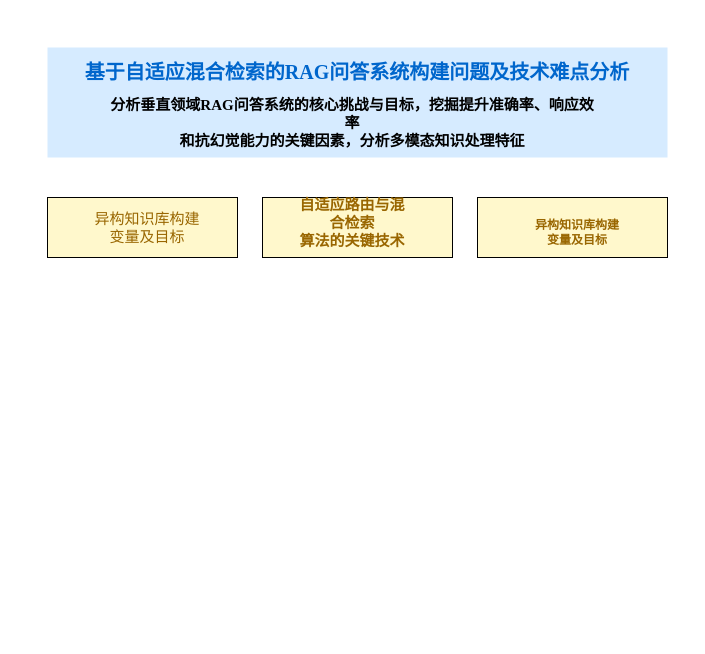
Before: 研究内容框架图.drawio in zhuwei290/HTML-, a draw.io diagram. Source tidied: cells renumbered, new cells numbered last; positions are measured from the earlier drawing's top-left corner, leaving out a move shared by most shapes. Both pictures are drawn from the tidied source at 100%, with x=0, y=0 at pixel (47, 47).
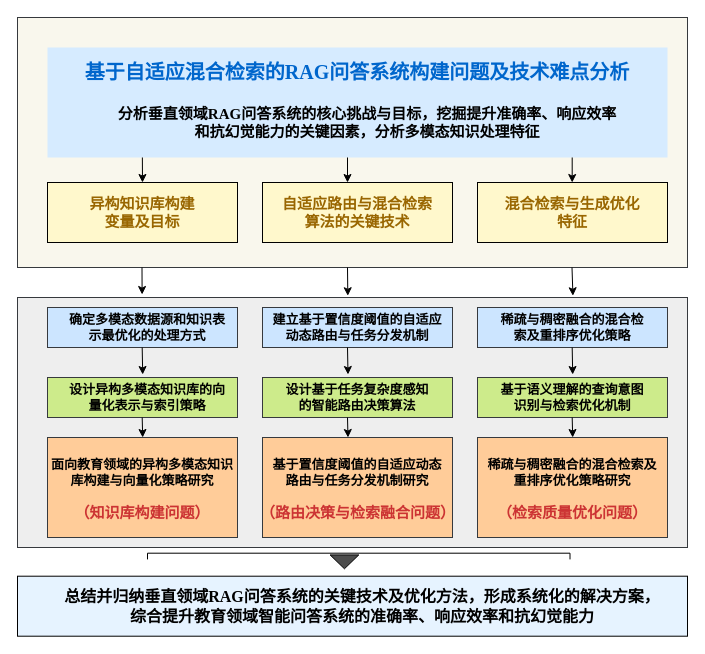
After the change.

Commit message (it also covers changes not shown here):
更新研究内容框架图.drawio

The change refers to these unchanged cells:
```xml
<mxCell id="2" style="rounded=0;whiteSpace=wrap;html=1;fontFamily=Times New Roman;fontColor=#0066CC;fillColor=#D6EBFF;gradientColor=none;gradientDirection=south;fillStyle=auto;strokeColor=none;" parent="1" vertex="1">
  <mxGeometry width="620" height="110" as="geometry" />
</mxCell>
```

What changed in the source:
```diff
@@
+    <mxCell id="11" style="shape=partialRectangle;whiteSpace=wrap;html=1;bottom=1;right=1;left=1;top=0;fillColor=none;routingCenterX=-0.5;rotation=-180;" parent="1" vertex="1">
+      <mxGeometry x="100" y="505.7" width="422.5" height="5.7" as="geometry" />
+    </mxCell>
+    <mxCell id="12" style="whiteSpace=wrap;html=1;fillColor=#f9f7ed;strokeColor=#36393d;" parent="1" vertex="1">
+      <mxGeometry x="-30" y="-30" width="670" height="250" as="geometry" />
+    </mxCell>
@@
-    <mxCell id="3" value="&lt;h2&gt;&lt;b style=&quot;&quot;&gt;&lt;font style=&quot;color: rgb(0, 102, 204); font-size: 20px;&quot;&gt;&lt;font face=&quot;黑体&quot; style=&quot;&quot;&gt;基于自适应混合检索的&lt;/font&gt;RAG&lt;font face=&quot;黑体&quot; style=&quot;&quot;&gt;问答系统构建问题及技术难点分析&lt;/font&gt;&lt;/font&gt;&lt;/b&gt;&lt;/h2&gt;" style="text;html=1;whiteSpace=wrap;strokeColor=none;fillColor=none;align=center;verticalAlign=middle;rounded=0;fontFamily=Times New Roman;" parent="1" vertex="1">
+    <mxCell id="3" value="&lt;h2&gt;&lt;b style=&quot;&quot;&gt;&lt;font style=&quot;color: rgb(0, 102, 204); font-size: 20px;&quot; face=&quot;黑体&quot;&gt;基于自适应混合检索的&lt;/font&gt;&lt;font style=&quot;color: rgb(0, 102, 204); font-size: 20px;&quot; face=&quot;Times New Roman&quot;&gt;RAG&lt;/font&gt;&lt;font style=&quot;color: rgb(0, 102, 204); font-size: 20px;&quot; face=&quot;黑体&quot;&gt;问答系统构建问题及技术难点分析&lt;/font&gt;&lt;/b&gt;&lt;/h2&gt;" style="text;html=1;whiteSpace=wrap;strokeColor=none;fillColor=none;align=center;verticalAlign=middle;rounded=0;fontFamily=Times New Roman;" parent="1" vertex="1">
       <mxGeometry x="30" y="10" width="560" height="30" as="geometry" />
     </mxCell>
-    <mxCell id="4" value="&lt;div&gt;&lt;font style=&quot;font-size: 15px;&quot; face=&quot;Garamond&quot;&gt;&lt;b style=&quot;&quot;&gt;分析垂直领域RAG问答系统的核心挑战与目标，挖掘提升准确率、响应效率&lt;/b&gt;&lt;/font&gt;&lt;/div&gt;&lt;div&gt;&lt;font style=&quot;font-size: 15px;&quot; face=&quot;Garamond&quot;&gt;&lt;b style=&quot;&quot;&gt;和抗幻觉能力的关键因素，分析多模态知识处理特征&lt;/b&gt;&lt;/font&gt;&lt;/div&gt;" style="text;html=1;whiteSpace=wrap;strokeColor=none;fillColor=none;align=center;verticalAlign=middle;rounded=0;fontFamily=Times New Roman;" parent="1" vertex="1">
-      <mxGeometry x="60" y="60" width="490" height="30" as="geometry" />
+    <mxCell id="4" value="&lt;b style=&quot;background-color: transparent; color: light-dark(rgb(0, 0, 0), rgb(255, 255, 255));&quot;&gt;&lt;font style=&quot;font-size: 15px;&quot; face=&quot;宋体&quot;&gt;分析垂直领域&lt;/font&gt;&lt;font style=&quot;font-size: 15px;&quot;&gt;RAG&lt;/font&gt;&lt;font style=&quot;font-size: 15px;&quot; face=&quot;宋体&quot;&gt;问答系统的核心挑战与目标，挖掘提升准确率、响应效率&lt;/font&gt;&lt;/b&gt;&lt;br&gt;&lt;div&gt;&lt;font style=&quot;font-size: 15px;&quot; face=&quot;宋体&quot;&gt;&lt;b&gt;和抗幻觉能力的关键因素，分析多模态知识处理特征&lt;/b&gt;&lt;/font&gt;&lt;/div&gt;" style="text;html=1;whiteSpace=wrap;strokeColor=none;fillColor=none;align=center;verticalAlign=middle;rounded=0;fontFamily=Times New Roman;" parent="1" vertex="1">
+      <mxGeometry x="60" y="60" width="520" height="30" as="geometry" />
     </mxCell>
     <mxCell id="5" style="rounded=0;whiteSpace=wrap;html=1;fontFamily=Times New Roman;fillColor=#FFF8CC;" parent="1" vertex="1">
-      <mxGeometry y="150" width="190" height="60" as="geometry" />
+      <mxGeometry y="135" width="190" height="60" as="geometry" />
     </mxCell>
     <mxCell id="6" style="rounded=0;whiteSpace=wrap;html=1;fontFamily=Times New Roman;fillColor=#FFF8CC;" parent="1" vertex="1">
-      <mxGeometry x="215" y="150" width="190" height="60" as="geometry" />
+      <mxGeometry x="215" y="135" width="190" height="60" as="geometry" />
     </mxCell>
     <mxCell id="7" style="rounded=0;whiteSpace=wrap;html=1;fontFamily=Times New Roman;fillColor=#FFF8CC;" parent="1" vertex="1">
-      <mxGeometry x="430" y="150" width="190" height="60" as="geometry" />
+      <mxGeometry x="430" y="135" width="190" height="60" as="geometry" />
     </mxCell>
-    <mxCell id="8" value="&lt;div&gt;&lt;font style=&quot;color: rgb(153, 102, 0); font-size: 15px;&quot; face=&quot;宋体&quot;&gt;异构知识库构建&lt;/font&gt;&lt;/div&gt;&lt;div&gt;&lt;font style=&quot;color: rgb(153, 102, 0); font-size: 15px;&quot; face=&quot;宋体&quot;&gt;变量及目标&lt;/font&gt;&lt;/div&gt;" style="text;html=1;whiteSpace=wrap;strokeColor=none;fillColor=none;align=center;verticalAlign=middle;rounded=0;fontFamily=Times New Roman;" parent="1" vertex="1">
-      <mxGeometry x="40" y="165" width="120" height="30" as="geometry" />
+    <mxCell id="8" value="&lt;div&gt;&lt;font color=&quot;#996600&quot; face=&quot;宋体&quot;&gt;&lt;span style=&quot;font-size: 15px;&quot;&gt;&lt;b&gt;异构知识库构建&lt;/b&gt;&lt;/span&gt;&lt;/font&gt;&lt;/div&gt;&lt;div&gt;&lt;font color=&quot;#996600&quot; face=&quot;宋体&quot;&gt;&lt;span style=&quot;font-size: 15px;&quot;&gt;&lt;b&gt;变量及目标&lt;/b&gt;&lt;/span&gt;&lt;/font&gt;&lt;/div&gt;" style="text;html=1;whiteSpace=wrap;strokeColor=none;fillColor=none;align=center;verticalAlign=middle;rounded=0;fontFamily=Times New Roman;" parent="1" vertex="1">
+      <mxGeometry x="35" y="150" width="120" height="30" as="geometry" />
     </mxCell>
+    <mxCell id="10" value="&lt;font color=&quot;#996600&quot; face=&quot;宋体&quot; style=&quot;font-size: 15px;&quot;&gt;&lt;b style=&quot;&quot;&gt;混合检索与生成优化特征&lt;/b&gt;&lt;/font&gt;" style="text;html=1;whiteSpace=wrap;strokeColor=none;fillColor=none;align=center;verticalAlign=middle;rounded=0;fontFamily=Times New Roman;" parent="1" vertex="1">
+      <mxGeometry x="450" y="150" width="150" height="30" as="geometry" />
+    </mxCell>
-    <mxCell id="9" value="&lt;div&gt;&lt;font color=&quot;#996600&quot; face=&quot;黑体&quot; style=&quot;font-size: 15px;&quot;&gt;&lt;b style=&quot;&quot;&gt;自适应路由与混合检索&lt;/b&gt;&lt;/font&gt;&lt;/div&gt;&lt;div&gt;&lt;font color=&quot;#996600&quot; face=&quot;黑体&quot; style=&quot;font-size: 15px;&quot;&gt;&lt;b style=&quot;&quot;&gt;算法的关键技术&lt;/b&gt;&lt;/font&gt;&lt;/div&gt;" style="text;html=1;whiteSpace=wrap;strokeColor=none;fillColor=none;align=center;verticalAlign=middle;rounded=0;fontFamily=Times New Roman;" parent="1" vertex="1">
-      <mxGeometry x="245" y="160" width="120" height="30" as="geometry" />
+    <mxCell id="9" value="&lt;div&gt;&lt;font color=&quot;#996600&quot; face=&quot;宋体&quot;&gt;&lt;span style=&quot;font-size: 15px;&quot;&gt;&lt;b&gt;自适应路由与混合检索&lt;/b&gt;&lt;/span&gt;&lt;/font&gt;&lt;/div&gt;&lt;div&gt;&lt;font color=&quot;#996600&quot; face=&quot;宋体&quot;&gt;&lt;span style=&quot;font-size: 15px;&quot;&gt;&lt;b&gt;算法的关键技术&lt;/b&gt;&lt;/span&gt;&lt;/font&gt;&lt;/div&gt;" style="text;html=1;whiteSpace=wrap;strokeColor=none;fillColor=none;align=center;verticalAlign=middle;rounded=0;" parent="1" vertex="1">
+      <mxGeometry x="230" y="150" width="160" height="30" as="geometry" />
     </mxCell>
-    <mxCell id="10" value="&lt;div&gt;&lt;font face=&quot;黑体&quot; style=&quot;color: rgb(153, 102, 0);&quot;&gt;&lt;b&gt;异构知识库构建&lt;/b&gt;&lt;/font&gt;&lt;/div&gt;&lt;div&gt;&lt;font face=&quot;黑体&quot; style=&quot;color: rgb(153, 102, 0);&quot;&gt;&lt;b&gt;变量及目标&lt;/b&gt;&lt;/font&gt;&lt;/div&gt;" style="text;html=1;whiteSpace=wrap;strokeColor=none;fillColor=none;align=center;verticalAlign=middle;rounded=0;fontFamily=Times New Roman;" parent="1" vertex="1">
-      <mxGeometry x="470" y="170" width="120" height="30" as="geometry" />
-    </mxCell>
+    <mxCell id="13" style="endArrow=classic;html=1;rounded=0;exitX=0.153;exitY=1;exitDx=0;exitDy=0;exitPerimeter=0;entryX=0.5;entryY=0;entryDx=0;entryDy=0;" parent="1" edge="1" source="2" target="5">
+      <mxGeometry relative="1" as="geometry" />
+    </mxCell>
+    <mxCell id="14" style="endArrow=classic;html=1;rounded=0;exitX=0.153;exitY=1;exitDx=0;exitDy=0;exitPerimeter=0;entryX=0.5;entryY=0;entryDx=0;entryDy=0;" parent="1" edge="1">
+      <mxGeometry relative="1" as="geometry">
+        <mxPoint x="300" y="110" as="sourcePoint" />
+        <mxPoint x="300" y="135" as="targetPoint" />
+      </mxGeometry>
+    </mxCell>
+    <mxCell id="15" style="endArrow=classic;html=1;rounded=0;exitX=0.153;exitY=1;exitDx=0;exitDy=0;exitPerimeter=0;entryX=0.5;entryY=0;entryDx=0;entryDy=0;" parent="1" edge="1">
+      <mxGeometry relative="1" as="geometry">
+        <mxPoint x="524.7" y="110" as="sourcePoint" />
+        <mxPoint x="524.7" y="135" as="targetPoint" />
+      </mxGeometry>
+    </mxCell>
+    <mxCell id="16" style="endArrow=classic;html=1;rounded=0;exitX=0.153;exitY=1;exitDx=0;exitDy=0;exitPerimeter=0;entryX=0.186;entryY=-0.012;entryDx=0;entryDy=0;entryPerimeter=0;" parent="1" edge="1" target="19">
+      <mxGeometry relative="1" as="geometry">
+        <mxPoint x="94.5" y="220" as="sourcePoint" />
+      </mxGeometry>
+    </mxCell>
+    <mxCell id="17" style="endArrow=classic;html=1;rounded=0;exitX=0.153;exitY=1;exitDx=0;exitDy=0;exitPerimeter=0;entryX=0.493;entryY=-0.007;entryDx=0;entryDy=0;entryPerimeter=0;" parent="1" edge="1" target="19">
+      <mxGeometry relative="1" as="geometry">
+        <mxPoint x="300" y="220" as="sourcePoint" />
+      </mxGeometry>
+    </mxCell>
+    <mxCell id="18" style="endArrow=classic;html=1;rounded=0;exitX=0.153;exitY=1;exitDx=0;exitDy=0;exitPerimeter=0;entryX=0.829;entryY=-0.007;entryDx=0;entryDy=0;entryPerimeter=0;" parent="1" edge="1" target="19">
+      <mxGeometry relative="1" as="geometry">
+        <mxPoint x="524.5" y="220" as="sourcePoint" />
+      </mxGeometry>
+    </mxCell>
+    <mxCell id="19" style="whiteSpace=wrap;html=1;fillColor=#eeeeee;strokeColor=#36393d;" parent="1" vertex="1">
+      <mxGeometry x="-30" y="250" width="670" height="250" as="geometry" />
+    </mxCell>
+    <mxCell id="20" style="rounded=0;whiteSpace=wrap;html=1;fontFamily=Times New Roman;fillColor=#cce5ff;strokeColor=#36393d;" parent="1" vertex="1">
+      <mxGeometry y="260" width="190" height="40" as="geometry" />
+    </mxCell>
+    <mxCell id="21" style="rounded=0;whiteSpace=wrap;html=1;fontFamily=Times New Roman;fillColor=#cce5ff;strokeColor=#36393d;" parent="1" vertex="1">
+      <mxGeometry x="215" y="260" width="190" height="40" as="geometry" />
+    </mxCell>
+    <mxCell id="22" style="rounded=0;whiteSpace=wrap;html=1;fontFamily=Times New Roman;fillColor=#cce5ff;strokeColor=#36393d;" parent="1" vertex="1">
+      <mxGeometry x="430" y="260" width="190" height="40" as="geometry" />
+    </mxCell>
+    <mxCell id="23" style="rounded=0;whiteSpace=wrap;html=1;fontFamily=Times New Roman;fillColor=#cdeb8b;strokeColor=#36393d;" parent="1" vertex="1">
+      <mxGeometry y="330" width="190" height="40" as="geometry" />
+    </mxCell>
+    <mxCell id="24" style="endArrow=classic;html=1;rounded=0;exitX=0.153;exitY=1;exitDx=0;exitDy=0;exitPerimeter=0;entryX=0.186;entryY=-0.012;entryDx=0;entryDy=0;entryPerimeter=0;" parent="1" edge="1">
+      <mxGeometry relative="1" as="geometry">
+        <mxPoint x="94.7" y="300" as="sourcePoint" />
+        <mxPoint x="95.2" y="327" as="targetPoint" />
+      </mxGeometry>
+    </mxCell>
+    <mxCell id="25" style="endArrow=classic;html=1;rounded=0;exitX=0.153;exitY=1;exitDx=0;exitDy=0;exitPerimeter=0;entryX=0.186;entryY=-0.012;entryDx=0;entryDy=0;entryPerimeter=0;" parent="1" edge="1">
+      <mxGeometry relative="1" as="geometry">
+        <mxPoint x="300" y="300" as="sourcePoint" />
+        <mxPoint x="300.5" y="327" as="targetPoint" />
+      </mxGeometry>
+    </mxCell>
+    <mxCell id="26" style="endArrow=classic;html=1;rounded=0;exitX=0.153;exitY=1;exitDx=0;exitDy=0;exitPerimeter=0;entryX=0.186;entryY=-0.012;entryDx=0;entryDy=0;entryPerimeter=0;" parent="1" edge="1">
+      <mxGeometry relative="1" as="geometry">
+        <mxPoint x="524.7" y="300" as="sourcePoint" />
+        <mxPoint x="525.2" y="327" as="targetPoint" />
+      </mxGeometry>
+    </mxCell>
+    <mxCell id="27" style="rounded=0;whiteSpace=wrap;html=1;fontFamily=Times New Roman;fillColor=#cdeb8b;strokeColor=#36393d;" parent="1" vertex="1">
+      <mxGeometry x="215" y="330" width="190" height="40" as="geometry" />
+    </mxCell>
+    <mxCell id="28" style="rounded=0;whiteSpace=wrap;html=1;fontFamily=Times New Roman;fillColor=#cdeb8b;strokeColor=#36393d;" parent="1" vertex="1">
+      <mxGeometry x="430" y="330" width="190" height="40" as="geometry" />
+    </mxCell>
+    <mxCell id="29" style="rounded=0;whiteSpace=wrap;html=1;fontFamily=Times New Roman;fillColor=#ffcc99;strokeColor=#36393d;" parent="1" vertex="1">
+      <mxGeometry y="390" width="190" height="100" as="geometry" />
+    </mxCell>
+    <mxCell id="30" style="rounded=0;whiteSpace=wrap;html=1;fontFamily=Times New Roman;fillColor=#ffcc99;strokeColor=#36393d;" parent="1" vertex="1">
+      <mxGeometry x="215" y="390" width="190" height="100" as="geometry" />
+    </mxCell>
+    <mxCell id="31" style="rounded=0;whiteSpace=wrap;html=1;fontFamily=Times New Roman;fillColor=#ffcc99;strokeColor=#36393d;" parent="1" vertex="1">
+      <mxGeometry x="430" y="390" width="190" height="100" as="geometry" />
+    </mxCell>
+    <mxCell id="32" style="endArrow=classic;html=1;rounded=0;exitX=0.153;exitY=1;exitDx=0;exitDy=0;exitPerimeter=0;" parent="1" edge="1">
+      <mxGeometry relative="1" as="geometry">
+        <mxPoint x="94.7" y="370" as="sourcePoint" />
+        <mxPoint x="95.2" y="390" as="targetPoint" />
+      </mxGeometry>
+    </mxCell>
+    <mxCell id="33" style="endArrow=classic;html=1;rounded=0;exitX=0.153;exitY=1;exitDx=0;exitDy=0;exitPerimeter=0;" parent="1" edge="1">
+      <mxGeometry relative="1" as="geometry">
+        <mxPoint x="300" y="370" as="sourcePoint" />
+        <mxPoint x="300.5" y="390" as="targetPoint" />
+      </mxGeometry>
+    </mxCell>
+    <mxCell id="34" style="endArrow=classic;html=1;rounded=0;exitX=0.153;exitY=1;exitDx=0;exitDy=0;exitPerimeter=0;" parent="1" edge="1">
+      <mxGeometry relative="1" as="geometry">
+        <mxPoint x="524.7" y="370" as="sourcePoint" />
+        <mxPoint x="525.2" y="390" as="targetPoint" />
+      </mxGeometry>
+    </mxCell>
+    <mxCell id="35" value="&lt;b style=&quot;font-family: 宋体;&quot;&gt;&lt;font style=&quot;font-size: 13px;&quot;&gt;确定多模态数据源和知识表示最优化的处理方式&lt;/font&gt;&lt;/b&gt;" style="text;html=1;whiteSpace=wrap;strokeColor=none;fillColor=none;align=center;verticalAlign=middle;rounded=0;" parent="1" vertex="1">
+      <mxGeometry x="20" y="265" width="160" height="30" as="geometry" />
+    </mxCell>
+    <mxCell id="36" value="&lt;font face=&quot;宋体&quot; style=&quot;font-size: 13px;&quot;&gt;&lt;b&gt;建立基于置信度阈值的自适应动态路由与任务分发机制&lt;/b&gt;&lt;/font&gt;" style="text;html=1;whiteSpace=wrap;strokeColor=none;fillColor=none;align=center;verticalAlign=middle;rounded=0;" parent="1" vertex="1">
+      <mxGeometry x="220" y="265" width="180" height="30" as="geometry" />
+    </mxCell>
+    <mxCell id="37" value="&lt;font face=&quot;宋体&quot; style=&quot;font-size: 13px;&quot;&gt;&lt;b&gt;稀疏与稠密融合的混合检索及重排序优化策略&lt;/b&gt;&lt;/font&gt;" style="text;html=1;whiteSpace=wrap;strokeColor=none;fillColor=none;align=center;verticalAlign=middle;rounded=0;" parent="1" vertex="1">
+      <mxGeometry x="450" y="265" width="150" height="30" as="geometry" />
+    </mxCell>
+    <mxCell id="38" value="&lt;font face=&quot;宋体&quot; style=&quot;font-size: 13px;&quot;&gt;&lt;b&gt;设计异构多模态知识库的向量化表示与索引策略&lt;/b&gt;&lt;/font&gt;" style="text;html=1;whiteSpace=wrap;strokeColor=none;fillColor=none;align=center;verticalAlign=middle;rounded=0;" parent="1" vertex="1">
+      <mxGeometry x="20" y="335" width="160" height="30" as="geometry" />
+    </mxCell>
+    <mxCell id="39" value="&lt;font face=&quot;宋体&quot; style=&quot;font-size: 13px;&quot;&gt;&lt;b&gt;设计基于任务复杂度感知的智能路由决策算法&lt;/b&gt;&lt;/font&gt;" style="text;html=1;whiteSpace=wrap;strokeColor=none;fillColor=none;align=center;verticalAlign=middle;rounded=0;" parent="1" vertex="1">
+      <mxGeometry x="235" y="335" width="150" height="30" as="geometry" />
+    </mxCell>
+    <mxCell id="40" value="&lt;font face=&quot;宋体&quot; style=&quot;font-size: 13px;&quot;&gt;&lt;b&gt;基于语义理解的查询意图识别与检索优化机制&lt;/b&gt;&lt;/font&gt;" style="text;html=1;whiteSpace=wrap;strokeColor=none;fillColor=none;align=center;verticalAlign=middle;rounded=0;" parent="1" vertex="1">
+      <mxGeometry x="450" y="335" width="150" height="30" as="geometry" />
+    </mxCell>
+    <mxCell id="41" value="&lt;font face=&quot;宋体&quot; style=&quot;font-size: 13px;&quot;&gt;&lt;b&gt;面向教育领域的异构多模态知识库构建与向量化策略研究&lt;/b&gt;&lt;/font&gt;" style="text;html=1;whiteSpace=wrap;strokeColor=none;fillColor=none;align=center;verticalAlign=middle;rounded=0;" parent="1" vertex="1">
+      <mxGeometry y="410" width="190" height="30" as="geometry" />
+    </mxCell>
+    <mxCell id="42" value="&lt;font face=&quot;宋体&quot; style=&quot;font-size: 15px; color: rgb(204, 51, 51);&quot;&gt;&lt;b style=&quot;&quot;&gt;（知识库构建问题）&lt;/b&gt;&lt;/font&gt;" style="text;html=1;whiteSpace=wrap;strokeColor=none;fillColor=none;align=center;verticalAlign=middle;rounded=0;" parent="1" vertex="1">
+      <mxGeometry x="20" y="450" width="150" height="30" as="geometry" />
+    </mxCell>
+    <mxCell id="43" value="&lt;font face=&quot;宋体&quot;&gt;&lt;span style=&quot;font-size: 13px;&quot;&gt;&lt;b&gt;基于置信度阈值的自适应动态路由与任务分发机制研究&lt;/b&gt;&lt;/span&gt;&lt;/font&gt;" style="text;html=1;whiteSpace=wrap;strokeColor=none;fillColor=none;align=center;verticalAlign=middle;rounded=0;" parent="1" vertex="1">
+      <mxGeometry x="220" y="410" width="180" height="30" as="geometry" />
+    </mxCell>
+    <mxCell id="44" value="&lt;font face=&quot;宋体&quot; style=&quot;font-size: 15px; color: rgb(204, 51, 51);&quot;&gt;&lt;b style=&quot;&quot;&gt;（路由决策与检索融合问题）&lt;/b&gt;&lt;/font&gt;" style="text;html=1;whiteSpace=wrap;strokeColor=none;fillColor=none;align=center;verticalAlign=middle;rounded=0;" parent="1" vertex="1">
+      <mxGeometry x="207.5" y="450" width="205" height="30" as="geometry" />
+    </mxCell>
+    <mxCell id="45" value="&lt;font face=&quot;宋体&quot; style=&quot;font-size: 13px;&quot;&gt;&lt;b&gt;稀疏与稠密融合的混合检索及重排序优化策略研究&lt;/b&gt;&lt;/font&gt;" style="text;html=1;whiteSpace=wrap;strokeColor=none;fillColor=none;align=center;verticalAlign=middle;rounded=0;" parent="1" vertex="1">
+      <mxGeometry x="435" y="410" width="180" height="30" as="geometry" />
+    </mxCell>
+    <mxCell id="46" value="&lt;font face=&quot;宋体&quot; style=&quot;font-size: 15px; color: rgb(204, 51, 51);&quot;&gt;&lt;b style=&quot;&quot;&gt;（检索质量优化问题）&lt;/b&gt;&lt;/font&gt;" style="text;html=1;whiteSpace=wrap;strokeColor=none;fillColor=none;align=center;verticalAlign=middle;rounded=0;" parent="1" vertex="1">
+      <mxGeometry x="440" y="450" width="170" height="30" as="geometry" />
+    </mxCell>
+    <mxCell id="47" style="triangle;whiteSpace=wrap;html=1;fillColor=#4D4D4D;rotation=90;" parent="1" vertex="1">
+      <mxGeometry x="290" y="500" width="13.9" height="28.7" as="geometry" />
+    </mxCell>
+    <mxCell id="48" style="rounded=0;whiteSpace=wrap;html=1;fillColor=#E6F3FF;" parent="1" vertex="1">
+      <mxGeometry x="-30" y="528.7" width="670" height="60" as="geometry" />
+    </mxCell>
+    <mxCell id="49" value="&lt;div&gt;&lt;b style=&quot;&quot;&gt;&lt;font style=&quot;font-size: 16px;&quot;&gt;&lt;font face=&quot;宋体&quot; style=&quot;&quot;&gt;总结并归纳垂直领域&lt;/font&gt;&lt;font face=&quot;Times New Roman&quot; style=&quot;&quot;&gt;RAG&lt;/font&gt;&lt;font face=&quot;宋体&quot; style=&quot;&quot;&gt;问答系统的关键技术及优化方法，形成系统化的解决方案，&lt;/font&gt;&lt;/font&gt;&lt;/b&gt;&lt;/div&gt;&lt;div&gt;&lt;font face=&quot;宋体&quot; style=&quot;font-size: 16px;&quot;&gt;&lt;b style=&quot;&quot;&gt;综合提升教育领域智能问答系统的准确率、响应效率和抗幻觉能力&lt;/b&gt;&lt;/font&gt;&lt;/div&gt;" style="text;html=1;whiteSpace=wrap;strokeColor=none;fillColor=none;align=center;verticalAlign=middle;rounded=0;" parent="1" vertex="1">
+      <mxGeometry y="543.7" width="630" height="30" as="geometry" />
+    </mxCell>
```
